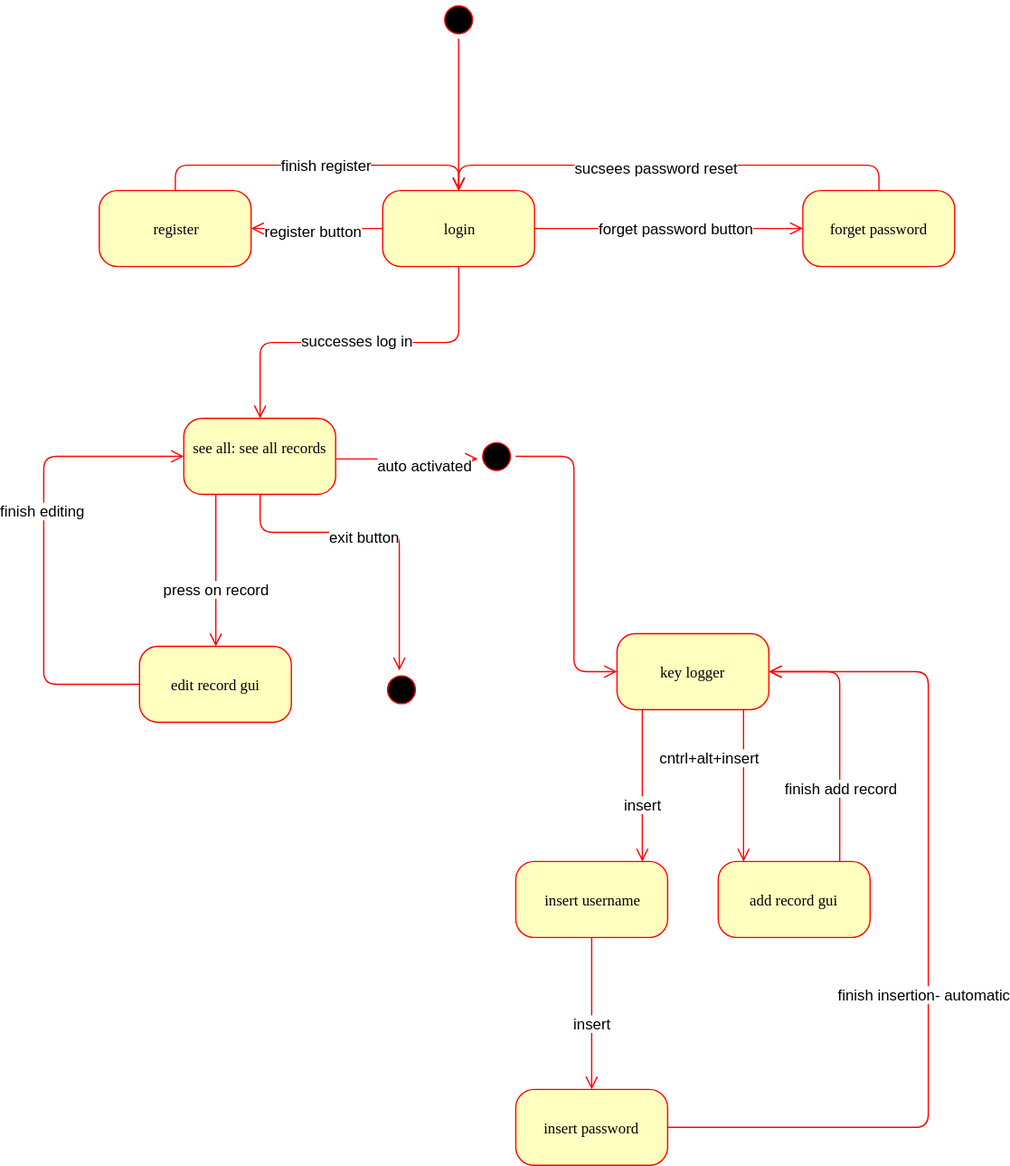
adibl/password_saver keeps this draw.io diagram as Documents/client state machine.svg. Above is the earlier version. Source tidied: cells renumbered, new cells last; positions are measured from the earlier drawing's top-left corner, leaving out a move shared by most shapes.
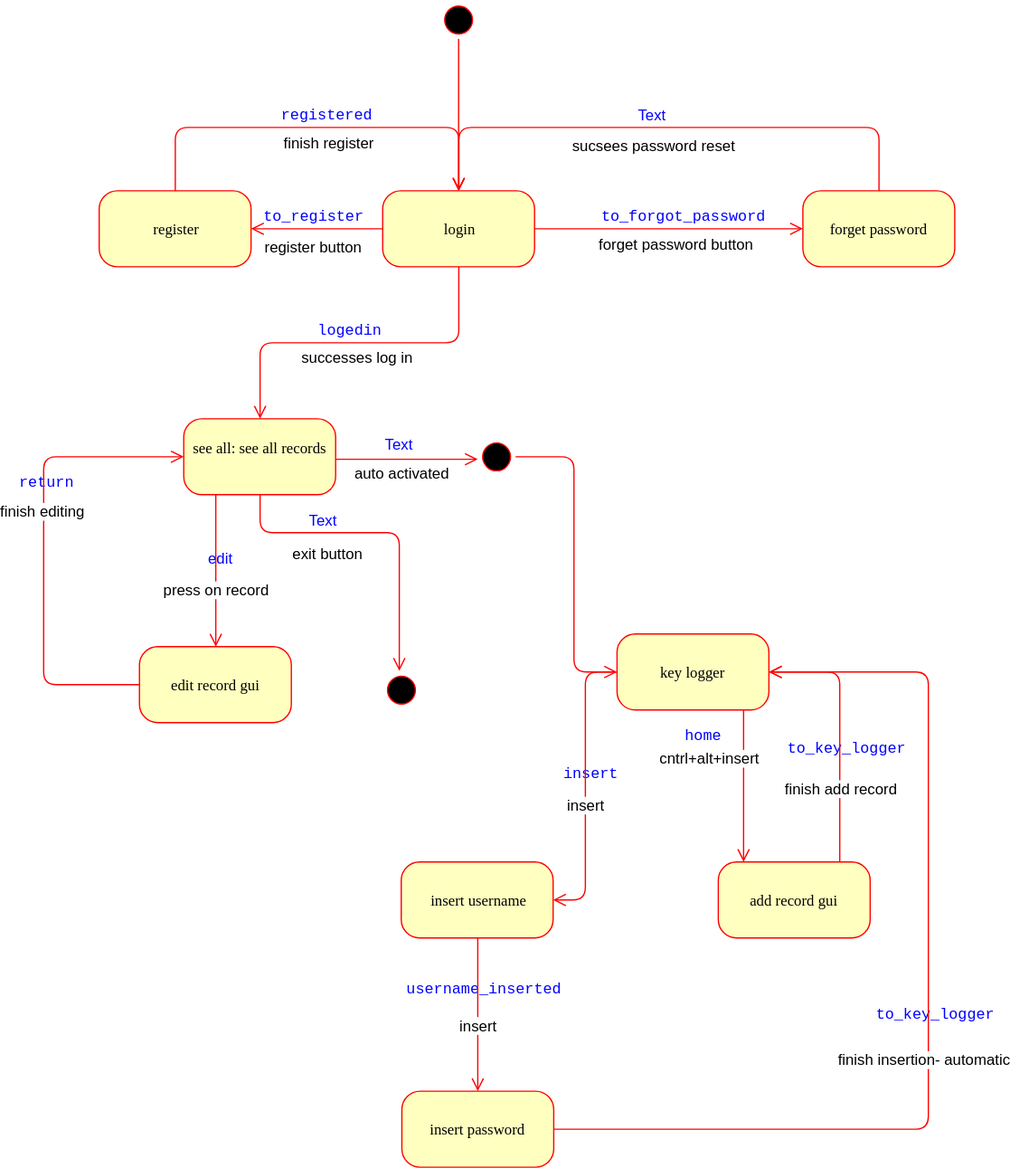
The same file after the commit.

Commit message:
client SM add fsm names layer

What changed in the source:
```diff
@@ -1,6 +1,49 @@
 <mxGraphModel background="#ffffff">
   <root>
     <mxCell id="0" />
+    <mxCell id="44" value="transfers names" parent="0" />
+    <mxCell id="45" value="Text" style="text;html=1;strokeColor=none;fillColor=none;align=center;verticalAlign=middle;whiteSpace=wrap;rounded=0;fontColor=#0000FF;" parent="44" vertex="1">
+      <mxGeometry x="260" y="340" width="40" height="20" as="geometry" />
+    </mxCell>
+    <mxCell id="46" value="&lt;pre&gt;&lt;span&gt;return&lt;/span&gt;&lt;/pre&gt;" style="text;html=1;strokeColor=none;fillColor=none;align=center;verticalAlign=middle;whiteSpace=wrap;rounded=0;fontColor=#0000FF;" parent="44" vertex="1">
+      <mxGeometry x="-20" y="370" width="40" height="20" as="geometry" />
+    </mxCell>
+    <mxCell id="47" value="Text" style="text;html=1;strokeColor=none;fillColor=none;align=center;verticalAlign=middle;whiteSpace=wrap;rounded=0;fontColor=#0000FF;" parent="44" vertex="1">
+      <mxGeometry x="200" y="400" width="40" height="20" as="geometry" />
+    </mxCell>
+    <mxCell id="48" value="&lt;pre&gt;&lt;span&gt;username_inserted&lt;/span&gt;&lt;/pre&gt;" style="text;html=1;strokeColor=none;fillColor=none;align=center;verticalAlign=middle;whiteSpace=wrap;rounded=0;fontColor=#0000FF;" parent="44" vertex="1">
+      <mxGeometry x="323" y="770" width="40" height="20" as="geometry" />
+    </mxCell>
+    <mxCell id="49" value="&lt;pre&gt;&lt;span&gt;to_key_logger&lt;/span&gt;&lt;/pre&gt;" style="text;html=1;strokeColor=none;fillColor=none;align=center;verticalAlign=middle;whiteSpace=wrap;rounded=0;fontColor=#0000FF;" parent="44" vertex="1">
+      <mxGeometry x="680" y="790" width="40" height="20" as="geometry" />
+    </mxCell>
+    <mxCell id="50" value="&lt;pre&gt;&lt;span&gt;to_key_logger&lt;/span&gt;&lt;/pre&gt;" style="text;html=1;strokeColor=none;fillColor=none;align=center;verticalAlign=middle;whiteSpace=wrap;rounded=0;fontColor=#0000FF;" parent="44" vertex="1">
+      <mxGeometry x="610" y="580" width="40" height="20" as="geometry" />
+    </mxCell>
+    <mxCell id="51" value="&lt;pre&gt;&lt;span&gt;home&lt;/span&gt;&lt;/pre&gt;" style="text;html=1;strokeColor=none;fillColor=none;align=center;verticalAlign=middle;whiteSpace=wrap;rounded=0;fontColor=#0000FF;" parent="44" vertex="1">
+      <mxGeometry x="500" y="570" width="40" height="20" as="geometry" />
+    </mxCell>
+    <mxCell id="52" value="&lt;pre&gt;&lt;span&gt;to_register&lt;/span&gt;&lt;/pre&gt;" style="text;html=1;strokeColor=none;fillColor=none;align=center;verticalAlign=middle;whiteSpace=wrap;rounded=0;fontColor=#0000FF;" parent="44" vertex="1">
+      <mxGeometry x="190" y="160" width="40" height="20" as="geometry" />
+    </mxCell>
+    <mxCell id="53" value="&lt;pre&gt;&lt;span&gt;registered&lt;/span&gt;&lt;/pre&gt;" style="text;html=1;strokeColor=none;fillColor=none;align=center;verticalAlign=middle;whiteSpace=wrap;rounded=0;fontColor=#0000FF;" parent="44" vertex="1">
+      <mxGeometry x="200" y="80" width="40" height="20" as="geometry" />
+    </mxCell>
+    <mxCell id="54" value="Text" style="text;html=1;strokeColor=none;fillColor=none;align=center;verticalAlign=middle;whiteSpace=wrap;rounded=0;fontColor=#0000FF;" parent="44" vertex="1">
+      <mxGeometry x="460" y="80" width="40" height="20" as="geometry" />
+    </mxCell>
+    <mxCell id="55" value="&lt;pre&gt;&lt;span&gt;to_forgot_password&lt;/span&gt;&lt;/pre&gt;" style="text;html=1;strokeColor=none;fillColor=none;align=center;verticalAlign=middle;whiteSpace=wrap;rounded=0;fontColor=#0000FF;" parent="44" vertex="1">
+      <mxGeometry x="480" y="160" width="40" height="20" as="geometry" />
+    </mxCell>
+    <mxCell id="56" value="&lt;pre&gt;&lt;span&gt;logedin&lt;/span&gt;&lt;/pre&gt;" style="text;html=1;strokeColor=none;fillColor=none;align=center;verticalAlign=middle;whiteSpace=wrap;rounded=0;fontColor=#0000FF;" parent="44" vertex="1">
+      <mxGeometry x="220" y="250" width="40" height="20" as="geometry" />
+    </mxCell>
+    <mxCell id="57" value="edit" style="text;html=1;strokeColor=none;fillColor=none;align=center;verticalAlign=middle;whiteSpace=wrap;rounded=0;fontColor=#0000FF;" parent="44" vertex="1">
+      <mxGeometry x="120" y="430" width="40" height="20" as="geometry" />
+    </mxCell>
+    <mxCell id="58" value="&lt;pre&gt;&lt;span&gt;insert&lt;/span&gt;&lt;/pre&gt;" style="text;html=1;strokeColor=none;fillColor=none;align=center;verticalAlign=middle;whiteSpace=wrap;rounded=0;fontColor=#0000FF;" parent="44" vertex="1">
+      <mxGeometry x="410" y="600" width="40" height="20" as="geometry" />
+    </mxCell>
     <mxCell id="1" parent="0" />
     <mxCell id="2" value="v" style="ellipse;html=1;shape=startState;fillColor=#000000;strokeColor=#ff0000;rounded=1;shadow=0;comic=0;labelBackgroundColor=none;fontFamily=Verdana;fontSize=12;fontColor=#000000;align=center;direction=south;" parent="1" vertex="1">
       <mxGeometry x="312.9" width="30" height="30" as="geometry" />
@@ -26,7 +69,7 @@
     <mxCell id="9" style="edgeStyle=orthogonalEdgeStyle;html=1;labelBackgroundColor=none;endArrow=open;endSize=8;strokeColor=#ff0000;fontFamily=Verdana;fontSize=12;align=left;exitX=0.5;exitY=1;exitDx=0;exitDy=0;" parent="1" edge="1" source="3" target="6">
       <mxGeometry relative="1" as="geometry" />
     </mxCell>
-    <mxCell id="10" value="successes log in" style="text;html=1;align=center;verticalAlign=middle;labelBackgroundColor=#ffffff;" parent="9" vertex="1">
+    <mxCell id="10" value="successes log in" style="text;html=1;align=center;verticalAlign=top;labelBackgroundColor=#ffffff;" parent="9" vertex="1">
       <mxGeometry x="0.02" y="-2" relative="1" as="geometry" />
     </mxCell>
     <mxCell id="11" style="edgeStyle=elbowEdgeStyle;html=1;labelBackgroundColor=none;endArrow=open;endSize=8;strokeColor=#ff0000;fontFamily=Verdana;fontSize=12;align=left;" parent="1" edge="1" source="7" target="6">
@@ -68,13 +111,13 @@
     <mxCell id="19" style="edgeStyle=elbowEdgeStyle;html=1;labelBackgroundColor=none;endArrow=open;endSize=8;strokeColor=#ff0000;fontFamily=Verdana;fontSize=12;align=left;" parent="1" edge="1" source="21" target="24">
       <mxGeometry relative="1" as="geometry" />
     </mxCell>
-    <mxCell id="20" value="insert" style="text;html=1;align=center;verticalAlign=middle;labelBackgroundColor=#ffffff;" parent="19" vertex="1">
+    <mxCell id="20" value="insert" style="text;html=1;align=center;verticalAlign=middle;labelBackgroundColor=#ffffff;labelPosition=center;verticalLabelPosition=middle;" parent="19" vertex="1">
       <mxGeometry x="-0.08" y="12" relative="1" as="geometry">
         <mxPoint x="-12" y="12" as="offset" />
       </mxGeometry>
     </mxCell>
     <mxCell id="21" value="insert username" style="rounded=1;whiteSpace=wrap;html=1;arcSize=24;fillColor=#ffffc0;strokeColor=#ff0000;shadow=0;comic=0;labelBackgroundColor=none;fontFamily=Verdana;fontSize=12;fontColor=#000000;align=center;" parent="1" vertex="1">
-      <mxGeometry x="373" y="680" width="120" height="60" as="geometry" />
+      <mxGeometry x="282.5" y="680" width="120" height="60" as="geometry" />
     </mxCell>
     <mxCell id="22" style="edgeStyle=elbowEdgeStyle;html=1;labelBackgroundColor=none;endArrow=open;endSize=8;strokeColor=#ff0000;fontFamily=Verdana;fontSize=12;align=left;" parent="1" edge="1" source="24" target="17">
       <mxGeometry relative="1" as="geometry">
@@ -88,7 +131,7 @@
       <mxGeometry x="-0.1" y="4" relative="1" as="geometry" />
     </mxCell>
     <mxCell id="24" value="insert password" style="rounded=1;whiteSpace=wrap;html=1;arcSize=24;fillColor=#ffffc0;strokeColor=#ff0000;shadow=0;comic=0;labelBackgroundColor=none;fontFamily=Verdana;fontSize=12;fontColor=#000000;align=center;" parent="1" vertex="1">
-      <mxGeometry x="373" y="860" width="120" height="60" as="geometry" />
+      <mxGeometry x="283" y="861" width="120" height="60" as="geometry" />
     </mxCell>
     <mxCell id="25" style="edgeStyle=elbowEdgeStyle;html=1;labelBackgroundColor=none;endArrow=open;endSize=8;strokeColor=#ff0000;fontFamily=Verdana;fontSize=12;align=left;" parent="1" edge="1" source="17" target="18">
       <mxGeometry relative="1" as="geometry" />
@@ -105,7 +148,7 @@
         </Array>
       </mxGeometry>
     </mxCell>
-    <mxCell id="28" value="finish add record" style="text;html=1;align=center;verticalAlign=middle;labelBackgroundColor=#ffffff;" parent="27" vertex="1">
+    <mxCell id="28" value="finish add record&lt;br&gt;" style="text;html=1;align=center;verticalAlign=middle;labelBackgroundColor=#ffffff;" parent="27" vertex="1">
       <mxGeometry x="-0.42" y="-1" relative="1" as="geometry" />
     </mxCell>
     <mxCell id="29" style="edgeStyle=orthogonalEdgeStyle;html=1;labelBackgroundColor=none;endArrow=open;endSize=8;strokeColor=#ff0000;fontFamily=Verdana;fontSize=12;align=left;" parent="1" edge="1" source="6" target="31">
@@ -116,7 +159,7 @@
         </Array>
       </mxGeometry>
     </mxCell>
-    <mxCell id="30" value="exit button" style="text;html=1;align=center;verticalAlign=middle;labelBackgroundColor=#ffffff;labelPosition=center;verticalLabelPosition=middle;" parent="29" vertex="1">
+    <mxCell id="30" value="exit button" style="text;html=1;align=right;verticalAlign=top;labelBackgroundColor=#ffffff;labelPosition=left;verticalLabelPosition=middle;" parent="29" vertex="1">
       <mxGeometry x="-0.1" y="-3" relative="1" as="geometry" />
     </mxCell>
     <mxCell id="31" value="v" style="ellipse;html=1;shape=startState;fillColor=#000000;strokeColor=#ff0000;rounded=1;shadow=0;comic=0;labelBackgroundColor=none;fontFamily=Verdana;fontSize=12;fontColor=#000000;align=center;direction=south;" parent="1" vertex="1">
@@ -125,35 +168,35 @@
     <mxCell id="32" style="edgeStyle=orthogonalEdgeStyle;html=1;labelBackgroundColor=none;endArrow=open;endSize=8;strokeColor=#ff0000;fontFamily=Verdana;fontSize=12;align=left;" parent="1" edge="1" source="3" target="5">
       <mxGeometry relative="1" as="geometry" />
     </mxCell>
-    <mxCell id="33" value="register button" style="text;html=1;align=center;verticalAlign=middle;labelBackgroundColor=#ffffff;" parent="32" vertex="1">
+    <mxCell id="33" value="register button" style="text;html=1;align=center;verticalAlign=top;labelBackgroundColor=#ffffff;" parent="32" vertex="1">
       <mxGeometry x="0.06" y="1" relative="1" as="geometry" />
     </mxCell>
     <mxCell id="34" style="edgeStyle=orthogonalEdgeStyle;html=1;labelBackgroundColor=none;endArrow=open;endSize=8;strokeColor=#ff0000;fontFamily=Verdana;fontSize=12;align=left;" parent="1" edge="1" source="5" target="3">
       <mxGeometry relative="1" as="geometry">
         <Array as="points">
-          <mxPoint x="104" y="130" />
-          <mxPoint x="328" y="130" />
+          <mxPoint x="104" y="100" />
+          <mxPoint x="328" y="100" />
         </Array>
       </mxGeometry>
     </mxCell>
-    <mxCell id="35" value="finish register" style="text;html=1;align=center;verticalAlign=middle;labelBackgroundColor=#ffffff;" parent="34" vertex="1">
+    <mxCell id="35" value="finish register" style="text;html=1;align=center;verticalAlign=top;labelBackgroundColor=#ffffff;" parent="34" vertex="1">
       <mxGeometry x="0.06" y="1" relative="1" as="geometry" />
     </mxCell>
     <mxCell id="36" style="edgeStyle=orthogonalEdgeStyle;html=1;labelBackgroundColor=none;endArrow=open;endSize=8;strokeColor=#ff0000;fontFamily=Verdana;fontSize=12;align=left;" parent="1" edge="1" source="3" target="4">
       <mxGeometry relative="1" as="geometry" />
     </mxCell>
-    <mxCell id="37" value="forget password button" style="text;html=1;align=center;verticalAlign=middle;labelBackgroundColor=#ffffff;" parent="36" vertex="1">
+    <mxCell id="37" value="forget password button" style="text;html=1;align=center;verticalAlign=top;labelBackgroundColor=#ffffff;" parent="36" vertex="1">
       <mxGeometry x="0.06" y="1" relative="1" as="geometry" />
     </mxCell>
     <mxCell id="38" style="edgeStyle=orthogonalEdgeStyle;html=1;labelBackgroundColor=none;endArrow=open;endSize=8;strokeColor=#ff0000;fontFamily=Verdana;fontSize=12;align=left;" parent="1" edge="1" source="4" target="3">
       <mxGeometry relative="1" as="geometry">
         <Array as="points">
-          <mxPoint x="660" y="130" />
-          <mxPoint x="328" y="130" />
+          <mxPoint x="660" y="100" />
+          <mxPoint x="328" y="100" />
         </Array>
       </mxGeometry>
     </mxCell>
-    <mxCell id="39" value="sucsees password reset" style="text;html=1;align=center;verticalAlign=middle;labelBackgroundColor=#ffffff;" parent="38" vertex="1">
+    <mxCell id="39" value="sucsees password reset" style="text;html=1;align=center;verticalAlign=top;labelBackgroundColor=#ffffff;" parent="38" vertex="1">
       <mxGeometry x="0.06" y="1" relative="1" as="geometry" />
     </mxCell>
     <mxCell id="40" value="v" style="ellipse;html=1;shape=startState;fillColor=#000000;strokeColor=#ff0000;rounded=1;shadow=0;comic=0;labelBackgroundColor=none;fontFamily=Verdana;fontSize=12;fontColor=#000000;align=center;direction=south;" parent="1" vertex="1">
@@ -166,8 +209,10 @@
         </Array>
       </mxGeometry>
     </mxCell>
-    <mxCell id="42" value="auto activated" style="text;html=1;align=center;verticalAlign=middle;labelBackgroundColor=#ffffff;" parent="41" vertex="1">
-      <mxGeometry x="0.25" y="-4" relative="1" as="geometry" />
+    <mxCell id="42" value="auto activated" style="text;html=1;align=center;verticalAlign=top;labelBackgroundColor=#ffffff;" parent="41" vertex="1">
+      <mxGeometry x="0.25" y="-4" relative="1" as="geometry">
+        <mxPoint x="-17.5" y="-6" as="offset" />
+      </mxGeometry>
     </mxCell>
     <mxCell id="43" style="edgeStyle=elbowEdgeStyle;html=1;labelBackgroundColor=none;endArrow=open;endSize=8;strokeColor=#ff0000;fontFamily=Verdana;fontSize=12;align=left;" parent="1" edge="1" source="40" target="17">
       <mxGeometry relative="1" as="geometry">
```
